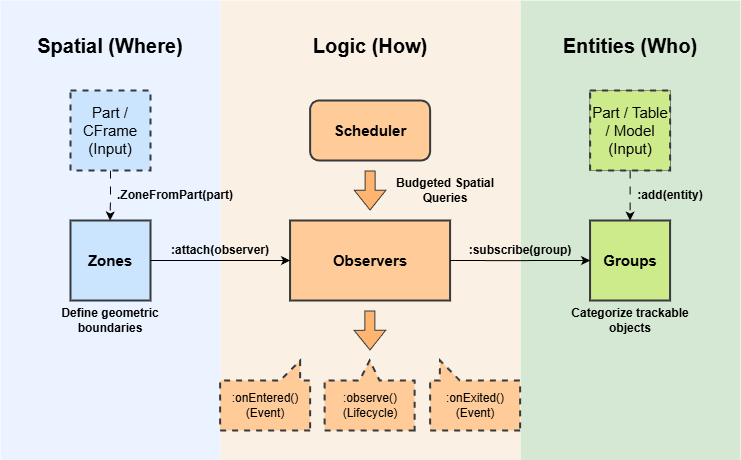
LDGerrits/QuickZone keeps this draw.io diagram as docs/topology_quickzone.png. Above is the earlier version. Source tidied: cells renumbered, new cells last; positions are measured from the earlier drawing's top-left corner, leaving out a move shared by most shapes.
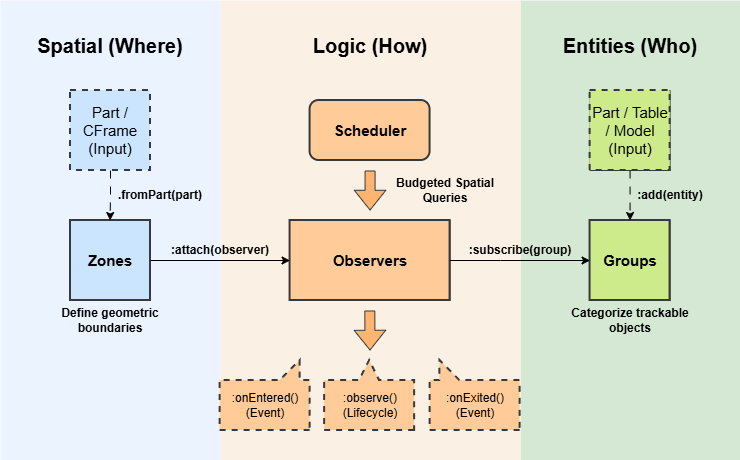
The same file after the commit.

Change to the diagram source:
```diff
@@ -43,8 +43,8 @@
     <mxCell id="14" value="&lt;b&gt;:attach(observer)&lt;/b&gt;" style="text;html=1;whiteSpace=wrap;strokeColor=none;fillColor=none;align=center;verticalAlign=middle;rounded=0;" parent="1" vertex="1">
       <mxGeometry x="159.6" y="230" width="120" height="40" as="geometry" />
     </mxCell>
-    <mxCell id="15" value="&lt;b&gt;.ZoneFromPart(part)&lt;br&gt;&lt;/b&gt;" style="text;html=1;whiteSpace=wrap;strokeColor=none;fillColor=none;align=center;verticalAlign=middle;rounded=0;" parent="1" vertex="1">
-      <mxGeometry x="109.6" y="170" width="130" height="50" as="geometry" />
+    <mxCell id="15" value="&lt;b&gt;.fromPart(part)&lt;br&gt;&lt;/b&gt;" style="text;html=1;whiteSpace=wrap;strokeColor=none;fillColor=none;align=center;verticalAlign=middle;rounded=0;" parent="1" vertex="1">
+      <mxGeometry x="95" y="170" width="130" height="50" as="geometry" />
     </mxCell>
     <mxCell id="16" value="&lt;b&gt;:add(entity)&lt;/b&gt;" style="text;html=1;whiteSpace=wrap;strokeColor=none;fillColor=none;align=center;verticalAlign=middle;rounded=0;" parent="1" vertex="1">
       <mxGeometry x="629.6" y="170" width="80" height="50" as="geometry" />
```
